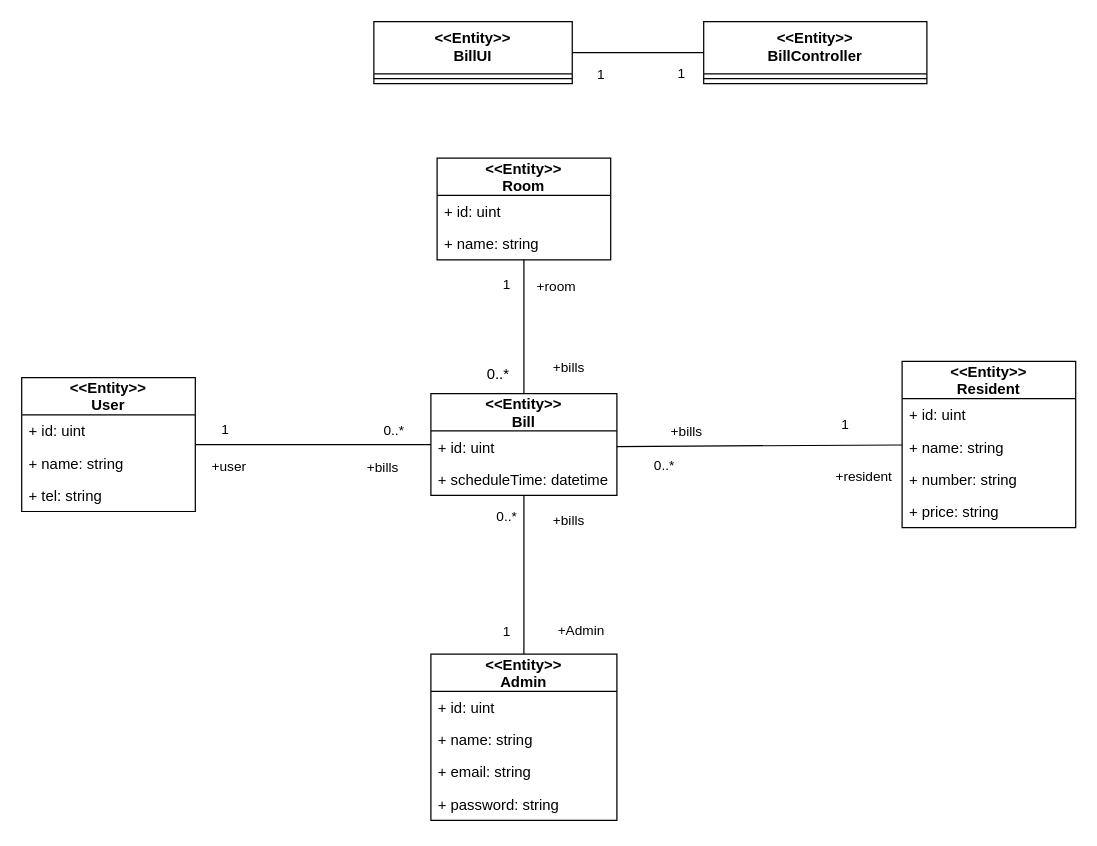
The draw.io diagram page "Classbill" (10 of 13) of SE.drawio in nunpromporn/SE, before the edit. Source tidied: cells renumbered, new cells numbered last; positions are measured from the earlier drawing's top-left corner, leaving out a move shared by most shapes. Both pictures are drawn from the tidied source at 124%, with x=0, y=0 at pixel (21, 21).
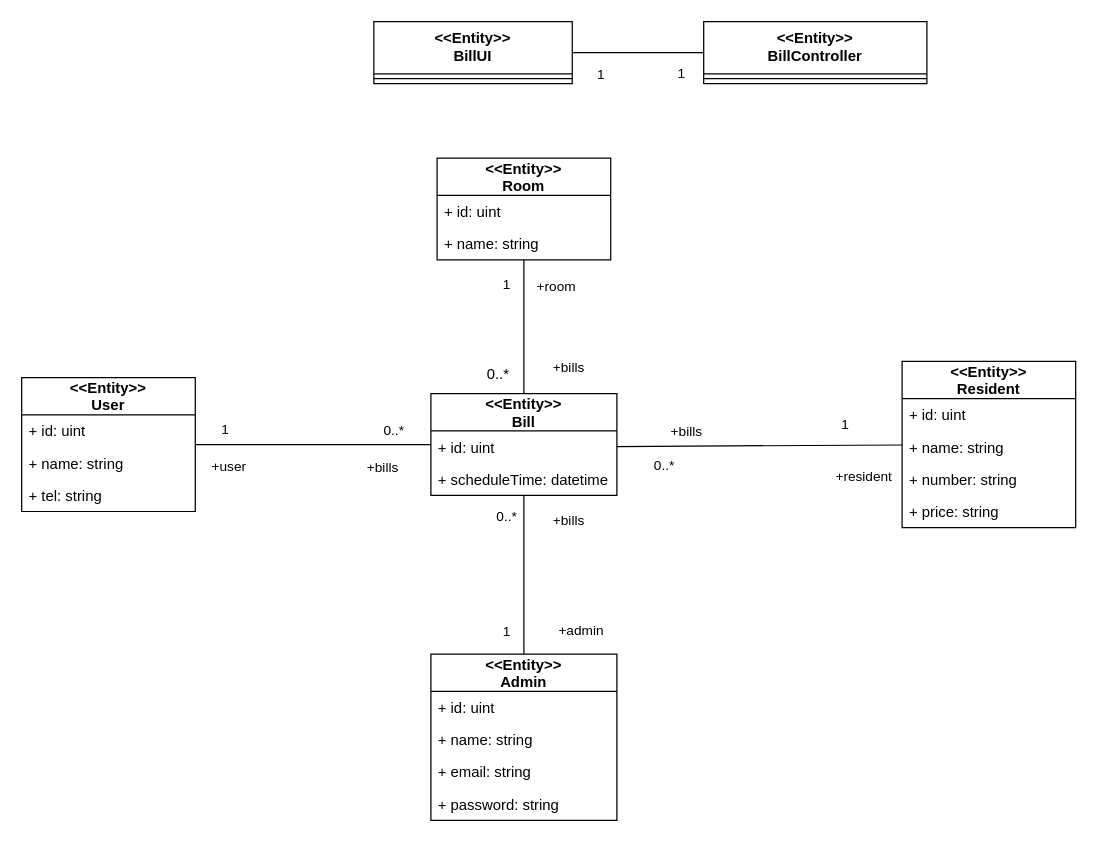
After the change.

Unchanged cells that the change refers to:
```xml
<mxCell id="36" style="html=1;endArrow=none;elbow=vertical;rounded=1;" parent="1" edge="1" source="15" target="18">
  <mxGeometry relative="1" as="geometry" />
</mxCell>
```

Diff of the diagram source:
```diff
@@
-    <mxCell id="40" value="+Admin" style="edgeLabel;html=1;align=center;verticalAlign=middle;" parent="36" vertex="1">
+    <mxCell id="40" value="+admin" style="edgeLabel;html=1;align=center;verticalAlign=middle;" parent="36" vertex="1">
       <mxGeometry x="0.74" y="3" relative="1" as="geometry">
         <mxPoint x="42" y="-3" as="offset" />
       </mxGeometry>
     </mxCell>
```
